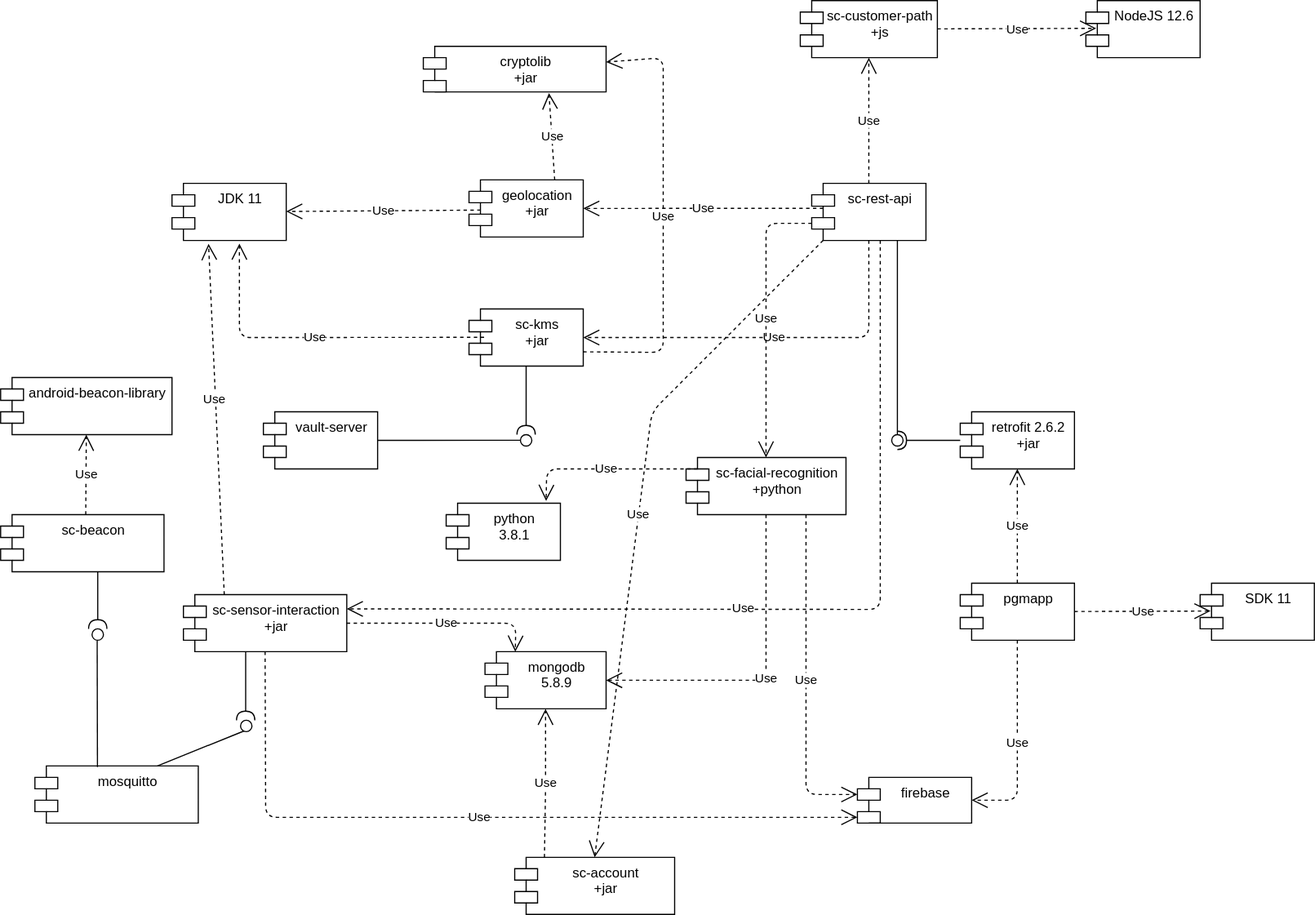
jessicaraman/pds-stardust keeps this draw.io diagram as diagrams/ComponentDiagram.svg. Above is the earlier version. Source tidied: cells renumbered, new cells last; positions are measured from the earlier drawing's top-left corner, leaving out a move shared by most shapes.
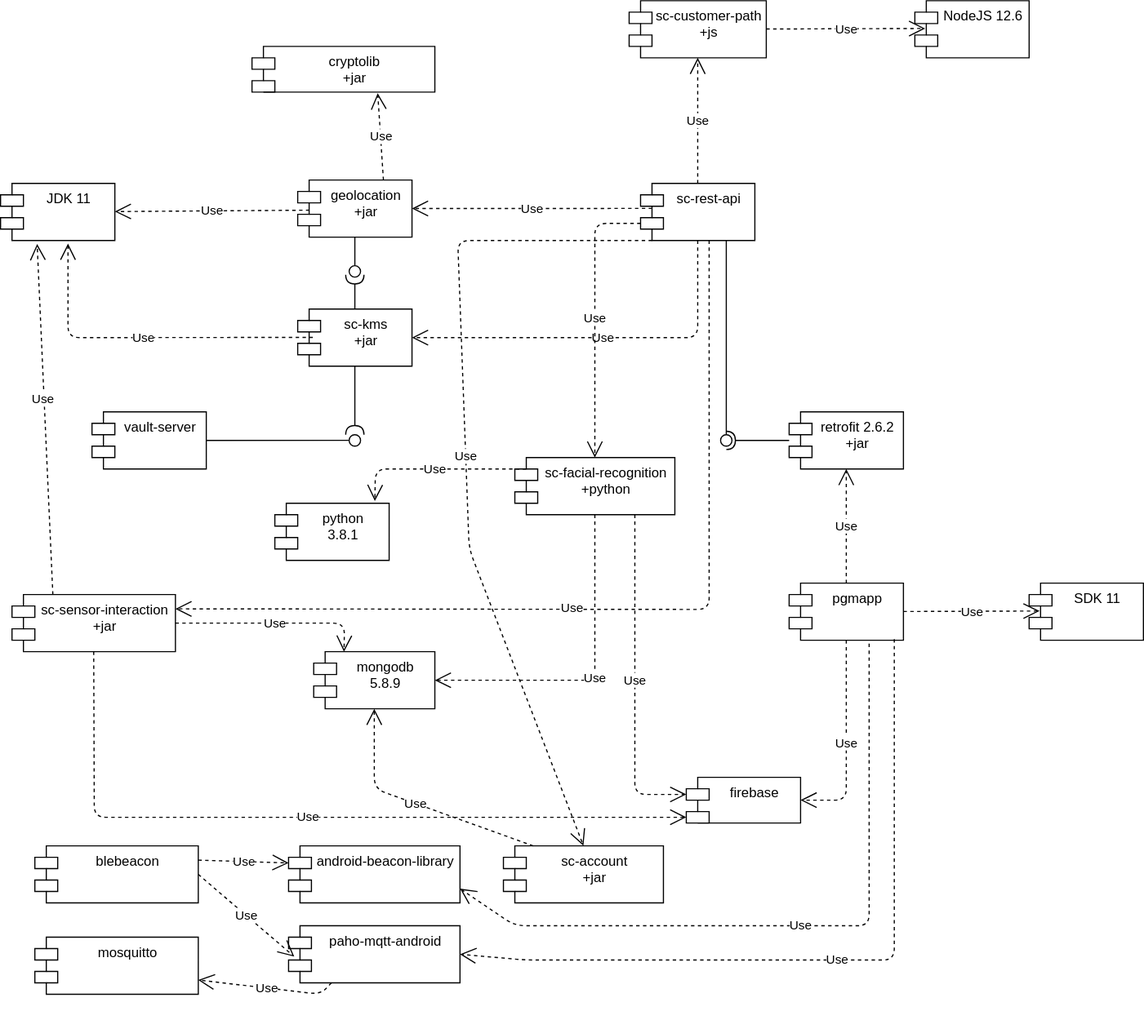
Later version of the same file.

Commit message:
[SENSOR] update component diagram

Change to the diagram source:
```diff
@@ -84,14 +84,6 @@
     <mxCell id="25" value="cryptolib&#10;+jar" style="shape=module;align=left;spacingLeft=20;align=center;verticalAlign=top;" parent="1" vertex="1">
       <mxGeometry x="370" y="40" width="160" height="40" as="geometry" />
     </mxCell>
-    <mxCell id="26" value="Use" style="endArrow=open;endSize=12;dashed=1;html=1;exitX=1;exitY=0.75;exitDx=0;exitDy=0;" parent="1" edge="1" source="18" target="25">
-      <mxGeometry relative="1" as="geometry">
-        <Array as="points">
-          <mxPoint x="580" y="308" />
-          <mxPoint x="580" y="50" />
-        </Array>
-      </mxGeometry>
-    </mxCell>
     <mxCell id="27" value="Use" style="endArrow=open;endSize=12;dashed=1;html=1;exitX=0.75;exitY=0;exitDx=0;exitDy=0;" parent="1" edge="1" source="4">
       <mxGeometry relative="1" as="geometry">
         <mxPoint x="480" y="81" as="targetPoint" />
@@ -170,46 +162,16 @@
       <mxGeometry x="0.11" y="1" relative="1" as="geometry" />
     </mxCell>
     <mxCell id="42" value="mosquitto" style="shape=module;align=left;spacingLeft=20;align=center;verticalAlign=top;" parent="1" vertex="1">
-      <mxGeometry x="30" y="670" width="143" height="50" as="geometry" />
+      <mxGeometry x="180" y="820" width="143" height="50" as="geometry" />
     </mxCell>
-    <mxCell id="43" style="rounded=0;jettySize=auto;html=1;endArrow=none;endFill=0;exitX=0.75;exitY=0;exitDx=0;exitDy=0;entryX=0.4;entryY=0.9;entryDx=0;entryDy=0;entryPerimeter=0;" parent="1" edge="1" source="42" target="44">
-      <mxGeometry relative="1" as="geometry" />
-    </mxCell>
-    <mxCell id="44" style="ellipse;whiteSpace=wrap;html=1;fontFamily=Helvetica;fontSize=12;fontColor=#000000;align=center;strokeColor=#000000;fillColor=#ffffff;points=[];" parent="1" vertex="1">
-      <mxGeometry x="210" y="630" width="10" height="10" as="geometry" />
-    </mxCell>
-    <mxCell id="45" style="rounded=0;orthogonalLoop=1;jettySize=auto;html=1;endArrow=halfCircle;endFill=0;endSize=6;strokeWidth=1;exitX=0.5;exitY=1;exitDx=0;exitDy=0;" parent="1" edge="1">
-      <mxGeometry relative="1" as="geometry">
-        <mxPoint x="214.5" y="570" as="sourcePoint" />
-        <mxPoint x="214.5" y="630" as="targetPoint" />
-      </mxGeometry>
-    </mxCell>
-    <mxCell id="46" value="sc-beacon" style="shape=module;align=left;spacingLeft=20;align=center;verticalAlign=top;" parent="1" vertex="1">
-      <mxGeometry y="450" width="143" height="50" as="geometry" />
+    <mxCell id="46" value="blebeacon" style="shape=module;align=left;spacingLeft=20;align=center;verticalAlign=top;" parent="1" vertex="1">
+      <mxGeometry x="180" y="740" width="143" height="50" as="geometry" />
     </mxCell>
-    <mxCell id="47" style="rounded=0;orthogonalLoop=1;jettySize=auto;html=1;endArrow=none;endFill=0;exitX=0.75;exitY=0;exitDx=0;exitDy=0;" parent="1" edge="1">
-      <mxGeometry relative="1" as="geometry">
-        <mxPoint x="84.8" y="671" as="sourcePoint" />
-        <mxPoint x="84.5" y="560" as="targetPoint" />
-      </mxGeometry>
-    </mxCell>
-    <mxCell id="48" style="ellipse;whiteSpace=wrap;html=1;fontFamily=Helvetica;fontSize=12;fontColor=#000000;align=center;strokeColor=#000000;fillColor=#ffffff;" parent="1" vertex="1">
-      <mxGeometry x="80" y="550" width="10" height="10" as="geometry" />
-    </mxCell>
-    <mxCell id="49" style="rounded=0;orthogonalLoop=1;jettySize=auto;html=1;endArrow=halfCircle;endFill=0;endSize=6;strokeWidth=1;" parent="1" edge="1">
-      <mxGeometry relative="1" as="geometry">
-        <mxPoint x="85" y="500" as="sourcePoint" />
-        <mxPoint x="85" y="550" as="targetPoint" />
-      </mxGeometry>
-    </mxCell>
     <mxCell id="50" value="android-beacon-library" style="shape=module;align=left;spacingLeft=20;align=center;verticalAlign=top;" parent="1" vertex="1">
-      <mxGeometry y="330" width="150" height="50" as="geometry" />
+      <mxGeometry x="402" y="740" width="150" height="50" as="geometry" />
     </mxCell>
-    <mxCell id="51" value="Use" style="endArrow=open;endSize=12;dashed=1;html=1;exitX=0.5;exitY=0;exitDx=0;exitDy=0;" parent="1" edge="1">
-      <mxGeometry relative="1" as="geometry">
-        <mxPoint x="74.5" y="450" as="sourcePoint" />
-        <mxPoint x="75" y="380" as="targetPoint" />
-      </mxGeometry>
+    <mxCell id="51" value="Use" style="endArrow=open;endSize=12;dashed=1;html=1;entryX=0;entryY=0;entryDx=0;entryDy=15;entryPerimeter=0;exitX=1;exitY=0.25;exitDx=0;exitDy=0;" parent="1" edge="1" source="46" target="50">
+      <mxGeometry relative="1" as="geometry" />
     </mxCell>
     <mxCell id="52" value="Use" style="endArrow=open;endSize=12;dashed=1;html=1;entryX=1;entryY=0.25;entryDx=0;entryDy=0;" parent="1" edge="1" target="38">
       <mxGeometry x="-0.18" y="-120" relative="1" as="geometry">
@@ -221,12 +183,13 @@
       </mxGeometry>
     </mxCell>
     <mxCell id="53" value="sc-account&#10;+jar" style="shape=module;align=left;spacingLeft=20;align=center;verticalAlign=top;" parent="1" vertex="1">
-      <mxGeometry x="450" y="750" width="140" height="50" as="geometry" />
+      <mxGeometry x="590" y="740" width="140" height="50" as="geometry" />
     </mxCell>
     <mxCell id="54" value="Use" style="endArrow=open;endSize=12;dashed=1;html=1;exitX=0;exitY=1;exitDx=10;exitDy=0;entryX=0.5;entryY=0;entryDx=0;entryDy=0;exitPerimeter=0;" parent="1" edge="1" source="9" target="53">
       <mxGeometry relative="1" as="geometry">
         <Array as="points">
-          <mxPoint x="570" y="360" />
+          <mxPoint x="550" y="210" />
+          <mxPoint x="560" y="480" />
         </Array>
       </mxGeometry>
     </mxCell>
@@ -237,5 +200,48 @@
         </Array>
       </mxGeometry>
     </mxCell>
+    <mxCell id="56" value="paho-mqtt-android" style="shape=module;align=left;spacingLeft=20;align=center;verticalAlign=top;" parent="1" vertex="1">
+      <mxGeometry x="402" y="810" width="150" height="50" as="geometry" />
+    </mxCell>
+    <mxCell id="57" value="Use" style="endArrow=open;endSize=12;dashed=1;html=1;exitX=1;exitY=0.5;exitDx=0;exitDy=0;entryX=0.033;entryY=0.54;entryDx=0;entryDy=0;entryPerimeter=0;" parent="1" edge="1" source="46" target="56">
+      <mxGeometry relative="1" as="geometry" />
+    </mxCell>
+    <mxCell id="58" value="Use" style="endArrow=open;endSize=12;dashed=1;html=1;exitX=0.25;exitY=1;exitDx=0;exitDy=0;entryX=1;entryY=0.75;entryDx=0;entryDy=0;" parent="1" edge="1" source="56" target="42">
+      <mxGeometry relative="1" as="geometry">
+        <Array as="points">
+          <mxPoint x="430" y="870" />
+        </Array>
+      </mxGeometry>
+    </mxCell>
+    <mxCell id="59" value="Use" style="endArrow=open;endSize=12;dashed=1;html=1;entryX=1;entryY=0.75;entryDx=0;entryDy=0;" parent="1" edge="1" target="50">
+      <mxGeometry relative="1" as="geometry">
+        <mxPoint x="910" y="563" as="sourcePoint" />
+        <Array as="points">
+          <mxPoint x="910" y="810" />
+          <mxPoint x="600" y="810" />
+        </Array>
+      </mxGeometry>
+    </mxCell>
+    <mxCell id="60" value="Use" style="endArrow=open;endSize=12;dashed=1;html=1;entryX=1;entryY=0.5;entryDx=0;entryDy=0;exitX=0.92;exitY=0.98;exitDx=0;exitDy=0;exitPerimeter=0;" parent="1" edge="1" source="6" target="56">
+      <mxGeometry relative="1" as="geometry">
+        <Array as="points">
+          <mxPoint x="932" y="840" />
+          <mxPoint x="610" y="840" />
+        </Array>
+      </mxGeometry>
+    </mxCell>
+    <mxCell id="61" style="rounded=0;jettySize=auto;html=1;endArrow=halfCircle;endFill=0;endSize=6;strokeWidth=1;exitX=0.5;exitY=0;exitDx=0;exitDy=0;" parent="1" edge="1" source="18">
+      <mxGeometry relative="1" as="geometry">
+        <mxPoint x="460" y="240" as="targetPoint" />
+      </mxGeometry>
+    </mxCell>
+    <mxCell id="62" style="rounded=0;jettySize=auto;html=1;endArrow=none;endFill=0;exitX=0.5;exitY=1;exitDx=0;exitDy=0;" parent="1" edge="1" source="4">
+      <mxGeometry relative="1" as="geometry">
+        <mxPoint x="460" y="237" as="targetPoint" />
+      </mxGeometry>
+    </mxCell>
+    <mxCell id="63" style="ellipse;whiteSpace=wrap;html=1;fontFamily=Helvetica;fontSize=12;fontColor=#000000;align=center;strokeColor=#000000;fillColor=#ffffff;" parent="1" vertex="1">
+      <mxGeometry x="455" y="232" width="10" height="10" as="geometry" />
+    </mxCell>
   </root>
 </mxGraphModel>
```
